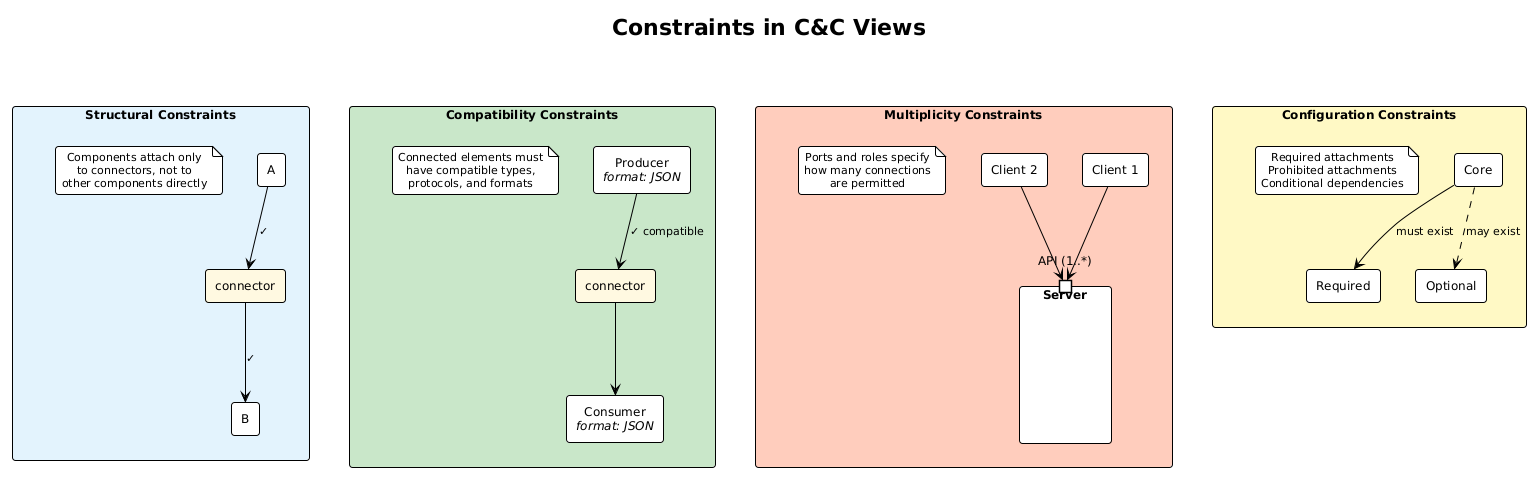
The PlantUML diagram src/architecture/views-and-beyond/style-catalogs/component-and-connector/component-and-connector-views/png/13-cc-constraints.png in Notoriousjayy/latex-docs, before a commit. Source of this version:
```plantuml
@startuml 13-cc-constraints
!include ../../../../../../tooling/styles/plantuml/structural/component-diagram-style.iuml

!theme plain

title Constraints in C&C Views

rectangle "**Structural Constraints**" as struct #E3F2FD {
    component "A" as a1
    component "B" as b1
    rectangle "connector" as c1 #FFF8E1

    a1 --> c1 : ✓
    c1 --> b1 : ✓

    note as n1
      Components attach only
      to connectors, not to
      other components directly
    end note
}

rectangle "**Compatibility Constraints**" as compat #C8E6C9 {
    component "Producer\n//format: JSON//" as prod
    rectangle "connector" as c2 #FFF8E1
    component "Consumer\n//format: JSON//" as cons

    prod --> c2 : ✓ compatible
    c2 --> cons

    note as n2
      Connected elements must
      have compatible types,
      protocols, and formats
    end note
}

rectangle "**Multiplicity Constraints**" as mult #FFCCBC {
    component "Server" as srv {
        portin "API (1..*)" as api
    }
    component "Client 1" as cl1
    component "Client 2" as cl2

    cl1 --> api
    cl2 --> api

    note as n3
      Ports and roles specify
      how many connections
      are permitted
    end note
}

rectangle "**Configuration Constraints**" as config #FFF9C4 {
    component "Core" as core
    component "Required" as req
    component "Optional" as opt

    core --> req : must exist
    core ..> opt : may exist

    note as n4
      Required attachments
      Prohibited attachments
      Conditional dependencies
    end note
}

struct -[hidden]r-> compat
mult -[hidden]r-> config

@enduml
```
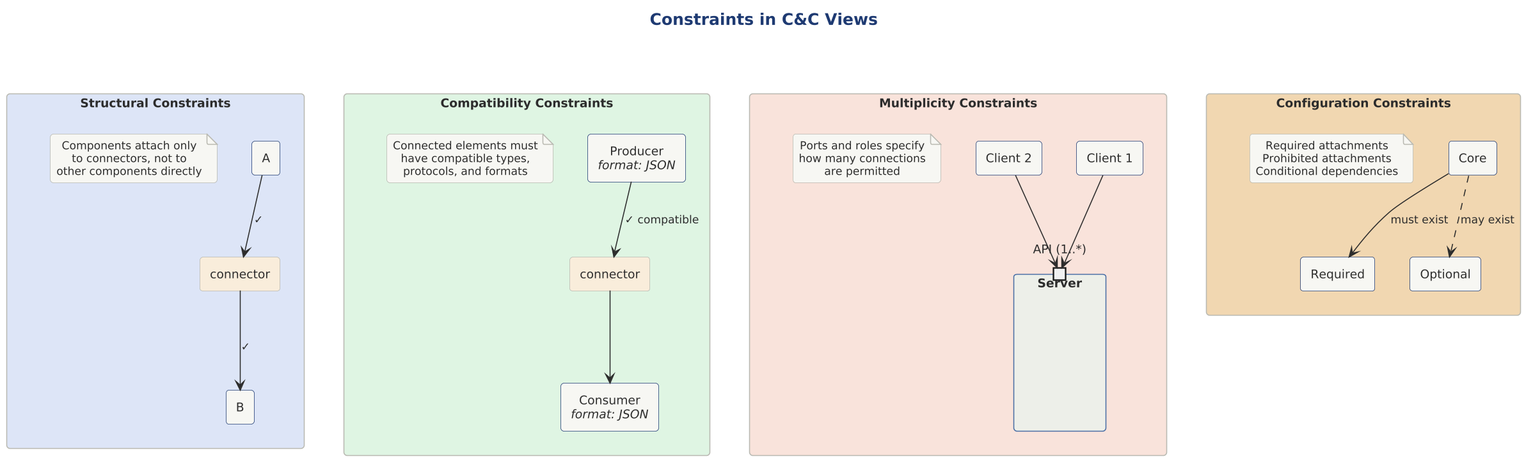
After the commit.

What changed in the source:
```diff
@@ -1,14 +1,17 @@
 @startuml 13-cc-constraints
+
+skinparam dpi 150
+
+
+
 !include ../../../../../../tooling/styles/plantuml/structural/component-diagram-style.iuml
-
-!theme plain
 
 title Constraints in C&C Views
 
-rectangle "**Structural Constraints**" as struct #E3F2FD {
+rectangle "**Structural Constraints**" as struct $fill_primary {
     component "A" as a1
     component "B" as b1
-    rectangle "connector" as c1 #FFF8E1
+    rectangle "connector" as c1 $fill_caution
 
     a1 --> c1 : ✓
     c1 --> b1 : ✓
@@ -20,9 +23,9 @@
     end note
 }
 
-rectangle "**Compatibility Constraints**" as compat #C8E6C9 {
+rectangle "**Compatibility Constraints**" as compat $fill_ok {
     component "Producer\n//format: JSON//" as prod
-    rectangle "connector" as c2 #FFF8E1
+    rectangle "connector" as c2 $fill_caution
     component "Consumer\n//format: JSON//" as cons
 
     prod --> c2 : ✓ compatible
@@ -35,7 +38,7 @@
     end note
 }
 
-rectangle "**Multiplicity Constraints**" as mult #FFCCBC {
+rectangle "**Multiplicity Constraints**" as mult $fill_invalid {
     component "Server" as srv {
         portin "API (1..*)" as api
     }
@@ -52,7 +55,7 @@
     end note
 }
 
-rectangle "**Configuration Constraints**" as config #FFF9C4 {
+rectangle "**Configuration Constraints**" as config $deep_caution {
     component "Core" as core
     component "Required" as req
     component "Optional" as opt
```
